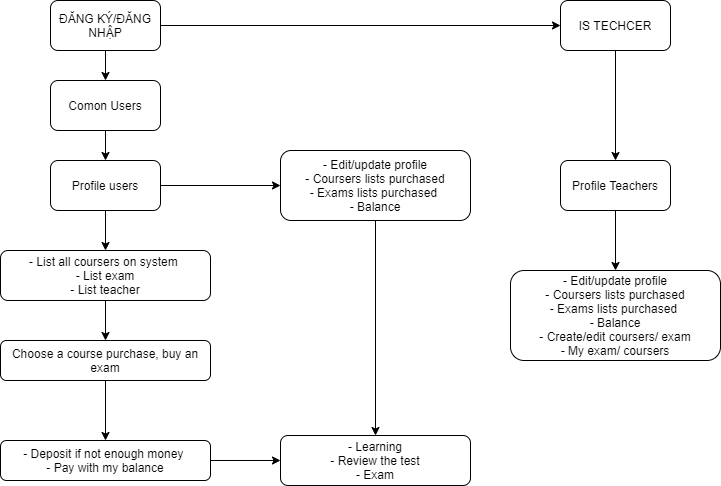
Earlier version of the draw.io export images/core.png (hoangduc001/bao-hiem). Source tidied: cells renumbered, new cells last; positions are measured from the earlier drawing's top-left corner, leaving out a move shared by most shapes.
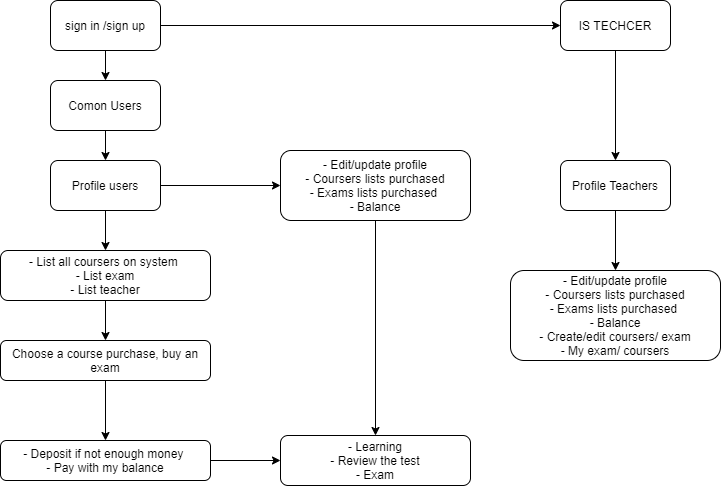
After the change.

What changed in the source:
```diff
@@ -8,7 +8,7 @@
     <mxCell id="3" style="edgeStyle=orthogonalEdgeStyle;rounded=0;jettySize=auto;html=1;" parent="1" edge="1" source="4" target="6">
       <mxGeometry relative="1" as="geometry" />
     </mxCell>
-    <mxCell id="4" value="ĐĂNG KÝ/ĐĂNG NHẬP" style="rounded=1;whiteSpace=wrap;html=1;" parent="1" vertex="1">
+    <mxCell id="4" value="sign in /sign up" style="rounded=1;whiteSpace=wrap;html=1;" parent="1" vertex="1">
       <mxGeometry x="50" width="110" height="50" as="geometry" />
     </mxCell>
     <mxCell id="5" style="edgeStyle=orthogonalEdgeStyle;rounded=0;jettySize=auto;html=1;" parent="1" edge="1" source="6" target="9">
```
